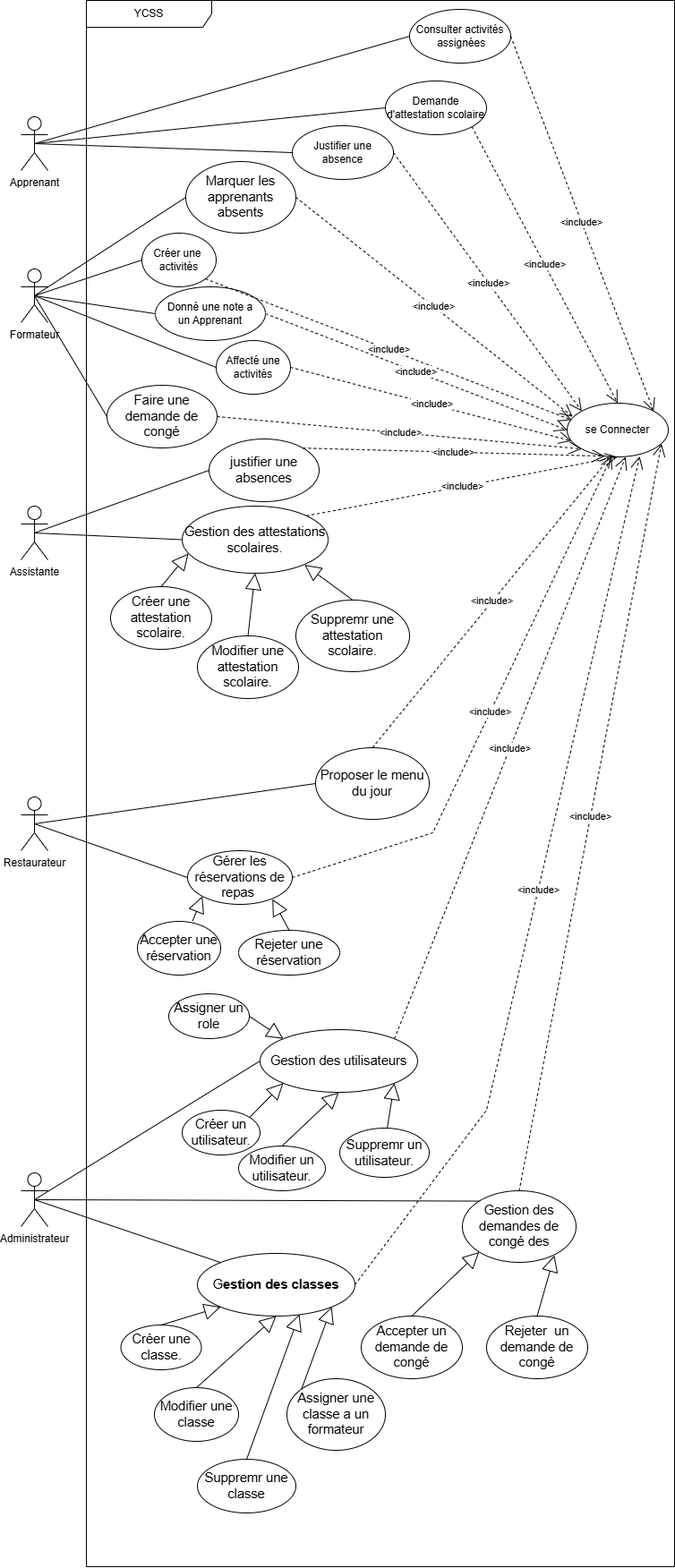
The draw.io diagram Modelisation/Diagramme_de_cas_d'utilisation.png in AZIZABADA10/YCSS, before a commit. Source tidied: cells renumbered, new cells last; positions are measured from the earlier drawing's top-left corner, leaving out a move shared by most shapes.
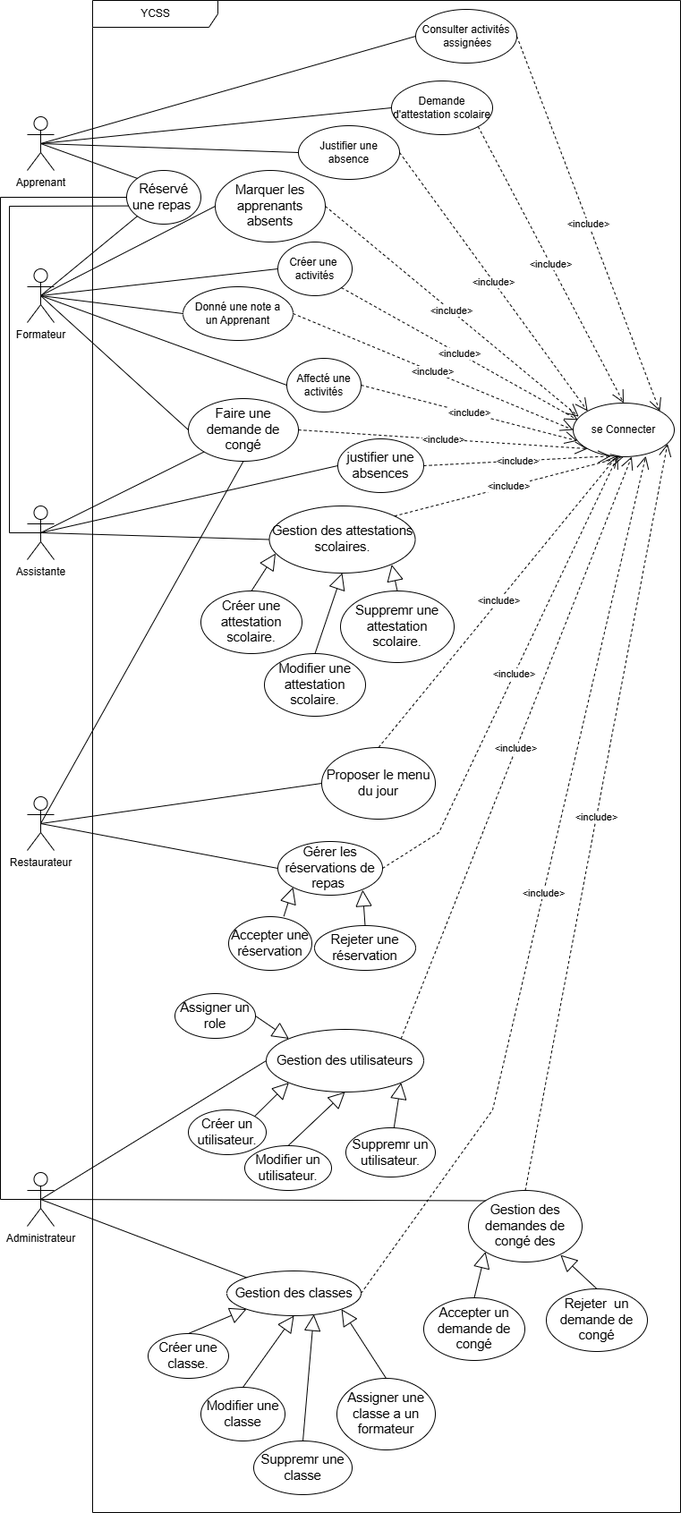
The same file after the commit.

Commit message:
feat: creation des diagramme de classe et de cas d'uilisation

The edit, as a diff of the source:
```diff
@@ -3,7 +3,7 @@
     <mxCell id="0" />
     <mxCell id="1" parent="0" />
     <mxCell id="2" value="YCSS" style="shape=umlFrame;whiteSpace=wrap;html=1;width=140;height=30;" parent="1" vertex="1">
-      <mxGeometry x="73" width="657" height="1750" as="geometry" />
+      <mxGeometry x="73" width="657" height="1690" as="geometry" />
     </mxCell>
     <mxCell id="3" value="Consulter activités&lt;div&gt;&amp;nbsp;assignées&lt;/div&gt;" style="ellipse;html=1;whiteSpace=wrap;" parent="2" vertex="1">
       <mxGeometry x="361" y="10" width="113" height="60" as="geometry" />
@@ -15,34 +15,34 @@
       <mxGeometry x="230" y="140" width="113" height="60" as="geometry" />
     </mxCell>
     <mxCell id="6" value="&lt;span id=&quot;docs-internal-guid-4ee6d0cc-7fff-af27-4253-4b413c4abe55&quot;&gt;&lt;span style=&quot;font-size: 11pt; font-family: Arial, sans-serif; background-color: transparent; font-variant-numeric: normal; font-variant-east-asian: normal; font-variant-alternates: normal; font-variant-position: normal; font-variant-emoji: normal; vertical-align: baseline; white-space-collapse: preserve;&quot;&gt;Marquer les apprenants absents&lt;/span&gt;&lt;/span&gt;" style="ellipse;html=1;whiteSpace=wrap;" parent="2" vertex="1">
-      <mxGeometry x="111" y="180" width="123" height="80" as="geometry" />
+      <mxGeometry x="137" y="190" width="123" height="80" as="geometry" />
     </mxCell>
     <mxCell id="7" value="Créer une&amp;nbsp;&lt;div&gt;activités&lt;/div&gt;" style="ellipse;html=1;whiteSpace=wrap;" parent="2" vertex="1">
-      <mxGeometry x="62" y="260" width="83" height="60" as="geometry" />
+      <mxGeometry x="207" y="270" width="83" height="60" as="geometry" />
     </mxCell>
     <mxCell id="8" value="&lt;span id=&quot;docs-internal-guid-e5e1f65a-7fff-0415-9ff7-d183dc4511b8&quot;&gt;&lt;span style=&quot;font-size: 11pt; font-family: Arial, sans-serif; background-color: transparent; font-variant-numeric: normal; font-variant-east-asian: normal; font-variant-alternates: normal; font-variant-position: normal; font-variant-emoji: normal; vertical-align: baseline; white-space-collapse: preserve;&quot;&gt;Faire une demande de congé&lt;/span&gt;&lt;/span&gt;" style="ellipse;html=1;whiteSpace=wrap;" parent="2" vertex="1">
-      <mxGeometry x="23" y="430" width="123" height="70" as="geometry" />
+      <mxGeometry x="107" y="445" width="123" height="70" as="geometry" />
     </mxCell>
     <mxCell id="9" value="Affecté une activités" style="ellipse;html=1;whiteSpace=wrap;" parent="2" vertex="1">
-      <mxGeometry x="145" y="380" width="83" height="60" as="geometry" />
+      <mxGeometry x="217" y="400" width="83" height="60" as="geometry" />
     </mxCell>
     <mxCell id="10" value="Donné une note a un&amp;nbsp;&lt;span style=&quot;text-wrap-mode: nowrap;&quot;&gt;Apprenant&lt;/span&gt;" style="ellipse;html=1;whiteSpace=wrap;" parent="2" vertex="1">
-      <mxGeometry x="77" y="320" width="123" height="60" as="geometry" />
+      <mxGeometry x="101" y="320" width="123" height="60" as="geometry" />
     </mxCell>
     <mxCell id="11" value="&lt;span id=&quot;docs-internal-guid-e5e1f65a-7fff-0415-9ff7-d183dc4511b8&quot;&gt;&lt;span style=&quot;font-size: 11pt; font-family: Arial, sans-serif; background-color: transparent; font-variant-numeric: normal; font-variant-east-asian: normal; font-variant-alternates: normal; font-variant-position: normal; font-variant-emoji: normal; vertical-align: baseline; white-space-collapse: preserve;&quot;&gt;justifier une  absences&lt;/span&gt;&lt;/span&gt;" style="ellipse;html=1;whiteSpace=wrap;" parent="2" vertex="1">
-      <mxGeometry x="137" y="490" width="123" height="70" as="geometry" />
+      <mxGeometry x="274" y="490" width="96" height="60" as="geometry" />
     </mxCell>
     <mxCell id="12" value="&lt;span id=&quot;docs-internal-guid-d745ca59-7fff-6605-3bfb-fc968f1ecba9&quot;&gt;&lt;span style=&quot;font-size: 11pt; font-family: Arial, sans-serif; background-color: transparent; font-variant-numeric: normal; font-variant-east-asian: normal; font-variant-alternates: normal; font-variant-position: normal; font-variant-emoji: normal; vertical-align: baseline; white-space-collapse: preserve;&quot;&gt;Gestion des attestations scolaires.&lt;/span&gt;&lt;/span&gt;" style="ellipse;html=1;whiteSpace=wrap;" parent="2" vertex="1">
-      <mxGeometry x="107" y="565" width="163" height="75" as="geometry" />
+      <mxGeometry x="197.5" y="565" width="163" height="75" as="geometry" />
     </mxCell>
     <mxCell id="13" value="&lt;span style=&quot;font-family: Arial, sans-serif; font-size: 14.6667px; white-space-collapse: preserve;&quot;&gt;Créer une attestation scolaire.&lt;/span&gt;" style="ellipse;whiteSpace=wrap;html=1;align=center;" parent="2" vertex="1">
-      <mxGeometry x="27" y="655" width="113" height="70" as="geometry" />
+      <mxGeometry x="121" y="660" width="113" height="70" as="geometry" />
     </mxCell>
     <mxCell id="14" value="&lt;span style=&quot;font-family: Arial, sans-serif; font-size: 14.6667px; white-space-collapse: preserve;&quot;&gt;Modifier une attestation scolaire.&lt;/span&gt;" style="ellipse;whiteSpace=wrap;html=1;align=center;" parent="2" vertex="1">
-      <mxGeometry x="124" y="710" width="113" height="70" as="geometry" />
+      <mxGeometry x="192" y="730" width="113" height="70" as="geometry" />
     </mxCell>
     <mxCell id="15" value="&lt;span style=&quot;font-family: Arial, sans-serif; font-size: 14.6667px; white-space-collapse: preserve;&quot;&gt;Suppremr une attestation scolaire.&lt;/span&gt;" style="ellipse;whiteSpace=wrap;html=1;align=center;" parent="2" vertex="1">
-      <mxGeometry x="234" y="670" width="127" height="80" as="geometry" />
+      <mxGeometry x="277" y="660" width="127" height="80" as="geometry" />
     </mxCell>
     <mxCell id="16" style="endArrow=block;endSize=16;endFill=0;html=1;rounded=0;exitX=0.5;exitY=0;exitDx=0;exitDy=0;entryX=0.043;entryY=0.707;entryDx=0;entryDy=0;entryPerimeter=0;" parent="2" edge="1" source="13" target="12">
       <mxGeometry relative="1" as="geometry" />
@@ -57,13 +57,13 @@
       <mxGeometry x="256" y="835" width="127" height="80" as="geometry" />
     </mxCell>
     <mxCell id="20" value="&lt;span id=&quot;docs-internal-guid-9fa2545d-7fff-59dd-cecd-9cba6791c6ec&quot;&gt;&lt;span style=&quot;font-size: 11pt; font-family: Arial, sans-serif; background-color: transparent; font-variant-numeric: normal; font-variant-east-asian: normal; font-variant-alternates: normal; font-variant-position: normal; font-variant-emoji: normal; vertical-align: baseline; white-space-collapse: preserve;&quot;&gt;Gérer les réservations de repas &lt;/span&gt;&lt;/span&gt;" style="ellipse;whiteSpace=wrap;html=1;align=center;" parent="2" vertex="1">
-      <mxGeometry x="113" y="950" width="117" height="60" as="geometry" />
+      <mxGeometry x="207" y="940" width="117" height="60" as="geometry" />
     </mxCell>
     <mxCell id="21" value="&lt;font face=&quot;Arial, sans-serif&quot;&gt;&lt;span style=&quot;font-size: 14.6667px; white-space-collapse: preserve;&quot;&gt;Accepter une réservation&lt;/span&gt;&lt;/font&gt;" style="ellipse;whiteSpace=wrap;html=1;align=center;" parent="2" vertex="1">
-      <mxGeometry x="57" y="1029" width="93" height="60" as="geometry" />
+      <mxGeometry x="152" y="1024" width="93" height="60" as="geometry" />
     </mxCell>
     <mxCell id="22" value="&lt;span style=&quot;font-family: Arial, sans-serif; font-size: 14.6667px; white-space-collapse: preserve;&quot;&gt;Rejeter une réservation&lt;/span&gt;" style="ellipse;whiteSpace=wrap;html=1;align=center;" parent="2" vertex="1">
-      <mxGeometry x="170" y="1039" width="113" height="50" as="geometry" />
+      <mxGeometry x="248" y="1034" width="113" height="50" as="geometry" />
     </mxCell>
     <mxCell id="23" style="endArrow=block;endSize=16;endFill=0;html=1;rounded=0;exitX=0.663;exitY=-0.006;exitDx=0;exitDy=0;entryX=0;entryY=1;entryDx=0;entryDy=0;exitPerimeter=0;" parent="2" edge="1" source="21" target="20">
       <mxGeometry relative="1" as="geometry" />
@@ -96,10 +96,10 @@
       <mxGeometry x="420" y="1330" width="127" height="80" as="geometry" />
     </mxCell>
     <mxCell id="33" value="&lt;font face=&quot;Arial, sans-serif&quot;&gt;&lt;span style=&quot;font-size: 14.6667px; white-space-collapse: preserve;&quot;&gt;Accepter un &lt;/span&gt;&lt;/font&gt;&lt;span style=&quot;font-family: Arial, sans-serif; font-size: 14.6667px; white-space-collapse: preserve;&quot;&gt;demande de congé&lt;/span&gt;" style="ellipse;whiteSpace=wrap;html=1;align=center;" parent="2" vertex="1">
-      <mxGeometry x="307" y="1470" width="113" height="70" as="geometry" />
+      <mxGeometry x="370" y="1450" width="113" height="70" as="geometry" />
     </mxCell>
     <mxCell id="34" value="&lt;span style=&quot;font-family: Arial, sans-serif; font-size: 14.6667px; white-space-collapse: preserve;&quot;&gt;Rejeter &lt;/span&gt;&lt;font face=&quot;Arial, sans-serif&quot;&gt;&lt;span style=&quot;font-size: 14.6667px; white-space-collapse: preserve;&quot;&gt; un &lt;/span&gt;&lt;/font&gt;&lt;span style=&quot;white-space-collapse: preserve; font-family: Arial, sans-serif; font-size: 14.6667px;&quot;&gt;demande de congé&lt;/span&gt;" style="ellipse;whiteSpace=wrap;html=1;align=center;" parent="2" vertex="1">
-      <mxGeometry x="447" y="1470" width="113" height="70" as="geometry" />
+      <mxGeometry x="507" y="1440" width="113" height="70" as="geometry" />
     </mxCell>
     <mxCell id="35" style="endArrow=block;endSize=16;endFill=0;html=1;rounded=0;exitX=0.5;exitY=0;exitDx=0;exitDy=0;entryX=0;entryY=1;entryDx=0;entryDy=0;" parent="2" edge="1" source="33" target="32">
       <mxGeometry relative="1" as="geometry" />
@@ -107,31 +107,31 @@
     <mxCell id="36" style="endArrow=block;endSize=16;endFill=0;html=1;rounded=0;exitX=0.5;exitY=0;exitDx=0;exitDy=0;entryX=0.81;entryY=0.902;entryDx=0;entryDy=0;entryPerimeter=0;" parent="2" edge="1" source="34" target="32">
       <mxGeometry relative="1" as="geometry" />
     </mxCell>
-    <mxCell id="37" value="&lt;span id=&quot;docs-internal-guid-fb7c3ee7-7fff-2da9-da5e-6ed05ba016a2&quot;&gt;&lt;span style=&quot;font-size: 11pt; font-family: Arial, sans-serif; background-color: transparent; font-variant-numeric: normal; font-variant-east-asian: normal; font-variant-alternates: normal; font-variant-position: normal; font-variant-emoji: normal; vertical-align: baseline; white-space-collapse: preserve;&quot;&gt;G&lt;/span&gt;&lt;/span&gt;&lt;span id=&quot;docs-internal-guid-aaa4630c-7fff-859f-96a0-0355fc398e6a&quot;&gt;&lt;span style=&quot;font-size: 11pt; font-family: Arial, sans-serif; background-color: transparent; font-weight: 700; font-variant-numeric: normal; font-variant-east-asian: normal; font-variant-alternates: normal; font-variant-position: normal; font-variant-emoji: normal; vertical-align: baseline; white-space-collapse: preserve;&quot;&gt;estion des classes&lt;/span&gt;&lt;/span&gt;" style="ellipse;whiteSpace=wrap;html=1;align=center;" parent="2" vertex="1">
-      <mxGeometry x="124" y="1400" width="176" height="70" as="geometry" />
+    <mxCell id="37" value="&lt;span id=&quot;docs-internal-guid-fb7c3ee7-7fff-2da9-da5e-6ed05ba016a2&quot; style=&quot;&quot;&gt;&lt;span style=&quot;font-size: 11pt; font-family: Arial, sans-serif; background-color: transparent; font-variant-numeric: normal; font-variant-east-asian: normal; font-variant-alternates: normal; font-variant-position: normal; font-variant-emoji: normal; vertical-align: baseline; white-space-collapse: preserve;&quot;&gt;G&lt;/span&gt;&lt;/span&gt;&lt;span id=&quot;docs-internal-guid-aaa4630c-7fff-859f-96a0-0355fc398e6a&quot; style=&quot;&quot;&gt;&lt;span style=&quot;font-size: 11pt; font-family: Arial, sans-serif; background-color: transparent; font-variant-numeric: normal; font-variant-east-asian: normal; font-variant-alternates: normal; font-variant-position: normal; font-variant-emoji: normal; vertical-align: baseline; white-space-collapse: preserve;&quot;&gt;estion des classes&lt;/span&gt;&lt;/span&gt;" style="ellipse;whiteSpace=wrap;html=1;align=center;" parent="2" vertex="1">
+      <mxGeometry x="150" y="1420" width="150" height="50" as="geometry" />
     </mxCell>
     <mxCell id="38" value="&lt;span style=&quot;font-family: Arial, sans-serif; font-size: 14.6667px; white-space-collapse: preserve;&quot;&gt;Créer une classe.&lt;/span&gt;" style="ellipse;whiteSpace=wrap;html=1;align=center;" parent="2" vertex="1">
-      <mxGeometry x="38.5" y="1480" width="90" height="50" as="geometry" />
+      <mxGeometry x="62" y="1490" width="90" height="50" as="geometry" />
     </mxCell>
     <mxCell id="39" style="endArrow=block;endSize=16;endFill=0;html=1;rounded=0;exitX=0.5;exitY=0;exitDx=0;exitDy=0;entryX=0;entryY=1;entryDx=0;entryDy=0;" parent="2" edge="1" source="38" target="37">
       <mxGeometry relative="1" as="geometry" />
     </mxCell>
     <mxCell id="40" value="&lt;span style=&quot;font-family: Arial, sans-serif; font-size: 14.6667px; white-space-collapse: preserve;&quot;&gt;Modifier &lt;/span&gt;&lt;span style=&quot;font-family: Arial, sans-serif; font-size: 14.6667px; white-space-collapse: preserve;&quot;&gt;une classe&lt;/span&gt;" style="ellipse;whiteSpace=wrap;html=1;align=center;" parent="2" vertex="1">
-      <mxGeometry x="76" y="1550" width="94" height="60" as="geometry" />
+      <mxGeometry x="121" y="1550" width="94" height="60" as="geometry" />
     </mxCell>
     <mxCell id="41" style="endArrow=block;endSize=16;endFill=0;html=1;rounded=0;exitX=0.5;exitY=0;exitDx=0;exitDy=0;entryX=0.5;entryY=1;entryDx=0;entryDy=0;" parent="2" edge="1" source="40" target="37">
       <mxGeometry relative="1" as="geometry" />
     </mxCell>
     <mxCell id="42" value="&lt;span style=&quot;font-family: Arial, sans-serif; font-size: 14.6667px; white-space-collapse: preserve;&quot;&gt;Suppremr &lt;/span&gt;&lt;span style=&quot;font-family: Arial, sans-serif; font-size: 14.6667px; white-space-collapse: preserve;&quot;&gt;une classe&lt;/span&gt;" style="ellipse;whiteSpace=wrap;html=1;align=center;" parent="2" vertex="1">
-      <mxGeometry x="124" y="1630" width="110" height="60" as="geometry" />
+      <mxGeometry x="180" y="1610" width="110" height="60" as="geometry" />
     </mxCell>
     <mxCell id="43" style="endArrow=block;endSize=16;endFill=0;html=1;rounded=0;exitX=0.5;exitY=0;exitDx=0;exitDy=0;entryX=0.648;entryY=0.972;entryDx=0;entryDy=0;entryPerimeter=0;" parent="2" edge="1" source="42" target="37">
       <mxGeometry relative="1" as="geometry" />
     </mxCell>
     <mxCell id="44" value="&lt;font face=&quot;Arial, sans-serif&quot;&gt;&lt;span style=&quot;font-size: 14.6667px; white-space-collapse: preserve;&quot;&gt;Assigner &lt;/span&gt;&lt;/font&gt;&lt;span style=&quot;font-family: Arial, sans-serif; font-size: 14.6667px; white-space-collapse: preserve;&quot;&gt;une classe a un formateur&lt;/span&gt;" style="ellipse;whiteSpace=wrap;html=1;align=center;" parent="2" vertex="1">
-      <mxGeometry x="224" y="1540" width="110" height="80" as="geometry" />
+      <mxGeometry x="273" y="1540" width="110" height="80" as="geometry" />
     </mxCell>
-    <mxCell id="45" style="endArrow=block;endSize=16;endFill=0;html=1;rounded=0;exitX=0;exitY=0;exitDx=0;exitDy=0;entryX=1;entryY=1;entryDx=0;entryDy=0;" parent="2" edge="1" source="44" target="37">
+    <mxCell id="45" style="endArrow=block;endSize=16;endFill=0;html=1;rounded=0;exitX=0.5;exitY=0;exitDx=0;exitDy=0;entryX=1;entryY=1;entryDx=0;entryDy=0;" parent="2" edge="1" source="44" target="37">
       <mxGeometry relative="1" as="geometry" />
     </mxCell>
     <mxCell id="46" value="se Connecter" style="ellipse;html=1;whiteSpace=wrap;" parent="2" vertex="1">
@@ -161,7 +161,7 @@
     <mxCell id="54" value="&amp;lt;include&amp;gt;" style="endArrow=open;endSize=12;dashed=1;html=1;rounded=0;exitX=1;exitY=0.5;exitDx=0;exitDy=0;entryX=0.055;entryY=0.252;entryDx=0;entryDy=0;entryPerimeter=0;" parent="2" edge="1" source="6" target="46">
       <mxGeometry relative="1" as="geometry" />
     </mxCell>
-    <mxCell id="55" value="&amp;lt;include&amp;gt;" style="endArrow=open;endSize=12;dashed=1;html=1;rounded=0;exitX=1;exitY=0;exitDx=0;exitDy=0;entryX=0.373;entryY=0.987;entryDx=0;entryDy=0;entryPerimeter=0;" parent="2" edge="1" source="11" target="46">
+    <mxCell id="55" value="&amp;lt;include&amp;gt;" style="endArrow=open;endSize=12;dashed=1;html=1;rounded=0;exitX=1;exitY=0.5;exitDx=0;exitDy=0;entryX=0.373;entryY=0.987;entryDx=0;entryDy=0;entryPerimeter=0;" parent="2" edge="1" source="11" target="46">
       <mxGeometry relative="1" as="geometry" />
     </mxCell>
     <mxCell id="56" value="&amp;lt;include&amp;gt;" style="endArrow=open;endSize=12;dashed=1;html=1;rounded=0;exitX=1;exitY=0;exitDx=0;exitDy=0;entryX=0.5;entryY=1;entryDx=0;entryDy=0;" parent="2" edge="1" source="12" target="46">
@@ -186,6 +186,9 @@
         </Array>
       </mxGeometry>
     </mxCell>
+    <mxCell id="84" value="&lt;span style=&quot;font-family: Arial, sans-serif; font-size: 14.6667px; white-space-collapse: preserve;&quot;&gt;Réservé une repas &lt;/span&gt;" style="ellipse;html=1;whiteSpace=wrap;" parent="2" vertex="1">
+      <mxGeometry x="38" y="190" width="83" height="60" as="geometry" />
+    </mxCell>
     <mxCell id="62" value="Apprenant" style="shape=umlActor;verticalLabelPosition=bottom;verticalAlign=top;html=1;" parent="1" vertex="1">
       <mxGeometry y="130" width="30" height="60" as="geometry" />
     </mxCell>
@@ -259,5 +262,33 @@
         </Array>
       </mxGeometry>
     </mxCell>
+    <mxCell id="85" style="endArrow=none;html=1;rounded=0;exitX=0.5;exitY=0.5;exitDx=0;exitDy=0;exitPerimeter=0;entryX=0;entryY=1;entryDx=0;entryDy=0;" parent="1" edge="1" source="64" target="8">
+      <mxGeometry relative="1" as="geometry" />
+    </mxCell>
+    <mxCell id="86" style="endArrow=none;html=1;rounded=0;exitX=0.5;exitY=0.5;exitDx=0;exitDy=0;exitPerimeter=0;entryX=0.5;entryY=1;entryDx=0;entryDy=0;" parent="1" edge="1" source="66" target="8">
+      <mxGeometry relative="1" as="geometry" />
+    </mxCell>
+    <mxCell id="87" style="endArrow=none;html=1;rounded=0;exitX=0.5;exitY=0.5;exitDx=0;exitDy=0;exitPerimeter=0;entryX=0;entryY=0;entryDx=0;entryDy=0;" parent="1" edge="1" source="62" target="84">
+      <mxGeometry relative="1" as="geometry" />
+    </mxCell>
+    <mxCell id="88" style="endArrow=none;html=1;rounded=0;exitX=0.5;exitY=0.5;exitDx=0;exitDy=0;exitPerimeter=0;entryX=0;entryY=1;entryDx=0;entryDy=0;" parent="1" edge="1" source="63" target="84">
+      <mxGeometry relative="1" as="geometry" />
+    </mxCell>
+    <mxCell id="89" style="endArrow=none;html=1;rounded=0;exitX=0.5;exitY=0.5;exitDx=0;exitDy=0;exitPerimeter=0;entryX=0.026;entryY=0.66;entryDx=0;entryDy=0;entryPerimeter=0;" parent="1" edge="1" source="64" target="84">
+      <mxGeometry relative="1" as="geometry">
+        <Array as="points">
+          <mxPoint x="-20" y="595" />
+          <mxPoint x="-20" y="230" />
+        </Array>
+      </mxGeometry>
+    </mxCell>
+    <mxCell id="90" style="endArrow=none;html=1;rounded=0;exitX=0.5;exitY=0.5;exitDx=0;exitDy=0;exitPerimeter=0;entryX=0;entryY=0.5;entryDx=0;entryDy=0;" parent="1" edge="1" source="65" target="84">
+      <mxGeometry relative="1" as="geometry">
+        <Array as="points">
+          <mxPoint x="-30" y="1340" />
+          <mxPoint x="-30" y="220" />
+        </Array>
+      </mxGeometry>
+    </mxCell>
   </root>
 </mxGraphModel>
```
